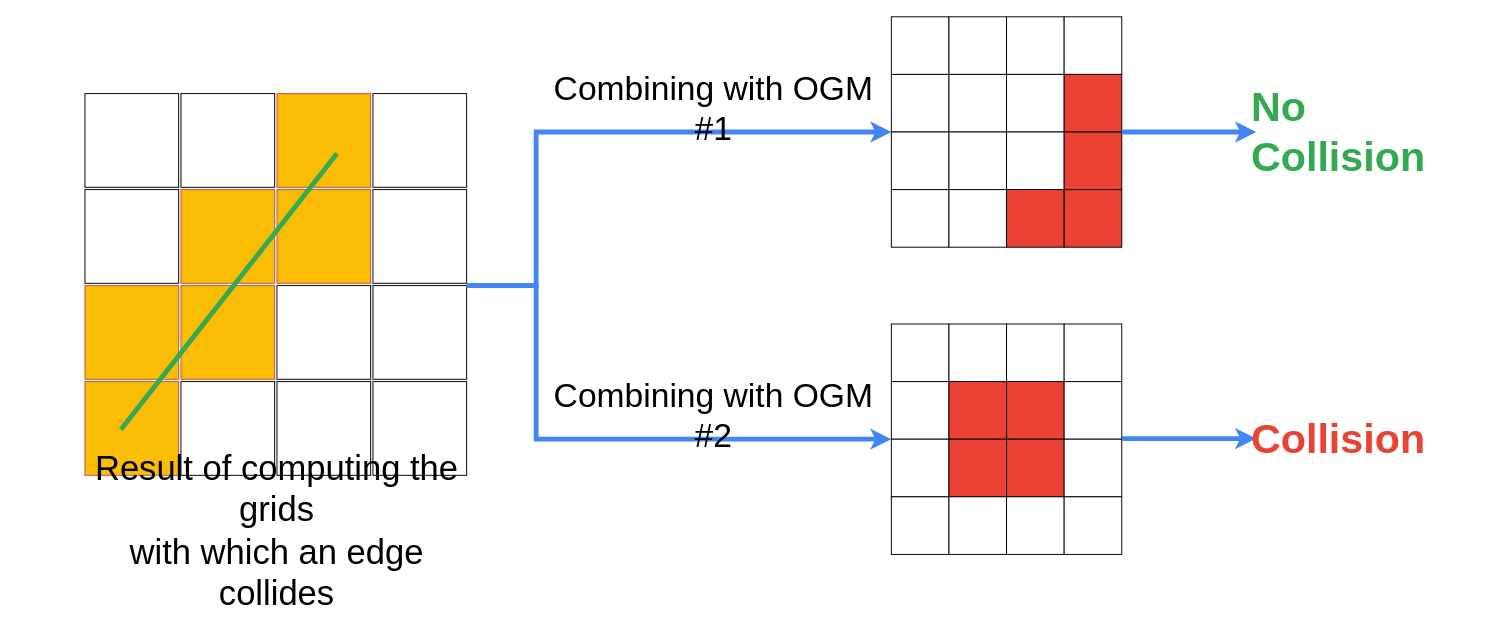
Before: page "Page-5" (5 of 6) of Writeups/4_Report/chapters/chapter3/img/HoneyBee.drawio in AnthonyKenny98/Thesis, a draw.io diagram. Source tidied: cells renumbered, new cells numbered last; positions are measured from the earlier drawing's top-left corner, leaving out a move shared by most shapes. Both pictures are drawn from the tidied source at 96%, with x=0, y=0 at pixel (17, 16).
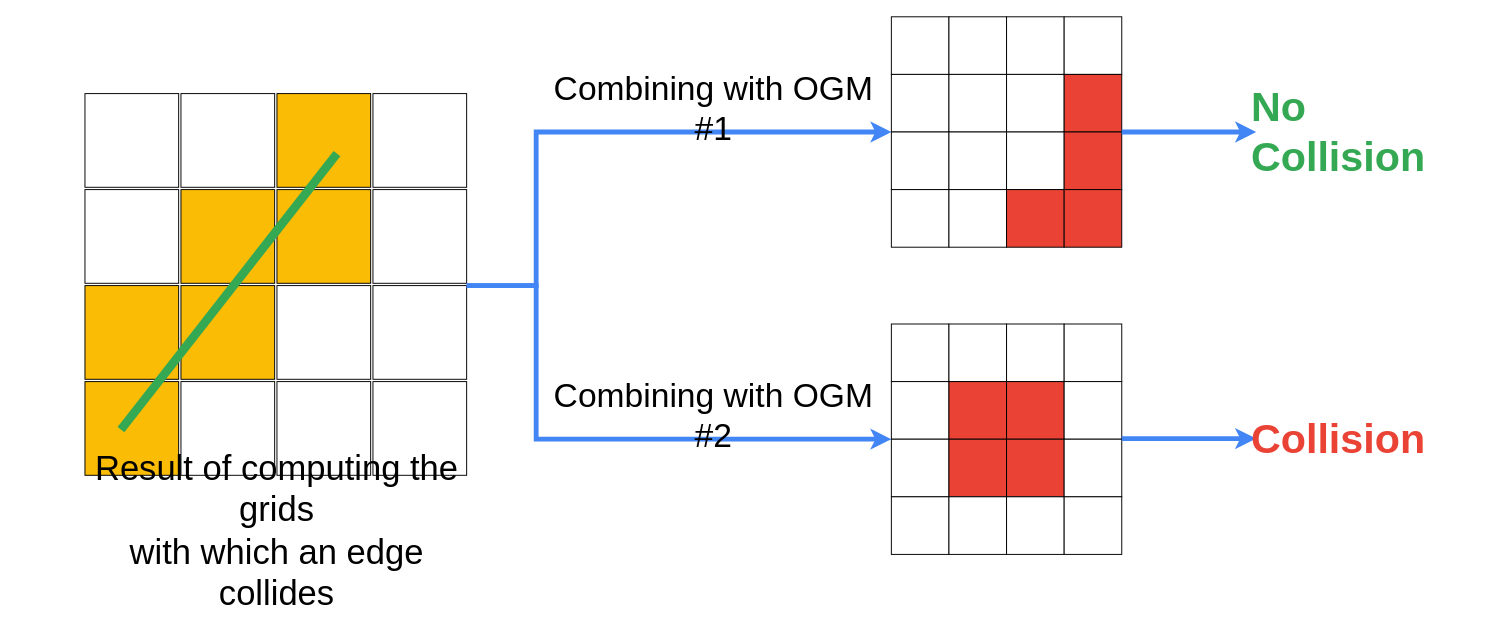
The same diagram, later.

Unchanged cells that the change refers to:
```xml
<mxCell id="21" style="group;fontFamily=Computer Modern;" parent="1" vertex="1">
  <mxGeometry x="70" y="80" width="400" height="400" as="geometry" />
</mxCell>
```

The edit, as a diff of the source:
```diff
@@
-    <mxCell id="25" style="whiteSpace=wrap;html=1;fillColor=#FBBC05;strokeColor=#b85450;fontFamily=Computer Modern;" parent="21" vertex="1">
+    <mxCell id="25" style="whiteSpace=wrap;html=1;fillColor=#FBBC05;strokeColor=#000000;fontFamily=Computer Modern;" parent="21" vertex="1">
       <mxGeometry x="100" y="100" width="97.6" height="97.6" as="geometry" />
     </mxCell>
-    <mxCell id="26" style="whiteSpace=wrap;html=1;fillColor=#FBBC05;strokeColor=#b85450;fontFamily=Computer Modern;" parent="21" vertex="1">
+    <mxCell id="26" style="whiteSpace=wrap;html=1;fillColor=#FBBC05;strokeColor=#000000;fontFamily=Computer Modern;" parent="21" vertex="1">
       <mxGeometry x="200" width="97.6" height="97.6" as="geometry" />
     </mxCell>
-    <mxCell id="27" style="whiteSpace=wrap;html=1;fillColor=#FBBC05;strokeColor=#b85450;fontFamily=Computer Modern;" parent="21" vertex="1">
+    <mxCell id="27" style="whiteSpace=wrap;html=1;fillColor=#FBBC05;strokeColor=#000000;fontFamily=Computer Modern;" parent="21" vertex="1">
       <mxGeometry x="200" y="100" width="97.6" height="97.6" as="geometry" />
     </mxCell>
@@
-    <mxCell id="30" style="whiteSpace=wrap;html=1;fillColor=#FBBC05;strokeColor=#b85450;fontFamily=Computer Modern;" parent="21" vertex="1">
+    <mxCell id="30" style="whiteSpace=wrap;html=1;fillColor=#FBBC05;strokeColor=#000000;fontFamily=Computer Modern;" parent="21" vertex="1">
       <mxGeometry y="200" width="97.6" height="97.6" as="geometry" />
     </mxCell>
-    <mxCell id="31" style="whiteSpace=wrap;html=1;fillColor=#FBBC05;strokeColor=#b85450;fontFamily=Computer Modern;" parent="21" vertex="1">
+    <mxCell id="31" style="whiteSpace=wrap;html=1;fillColor=#FBBC05;strokeColor=#000000;fontFamily=Computer Modern;" parent="21" vertex="1">
       <mxGeometry y="300" width="97.6" height="97.6" as="geometry" />
     </mxCell>
-    <mxCell id="32" style="whiteSpace=wrap;html=1;fillColor=#FBBC05;strokeColor=#b85450;fontFamily=Computer Modern;" parent="21" vertex="1">
+    <mxCell id="32" style="whiteSpace=wrap;html=1;fillColor=#FBBC05;strokeColor=#000000;fontFamily=Computer Modern;" parent="21" vertex="1">
       <mxGeometry x="100" y="200" width="97.6" height="97.6" as="geometry" />
     </mxCell>
@@
-    <mxCell id="38" style="endArrow=none;html=1;strokeColor=#34A853;strokeWidth=5;entryX=0.625;entryY=0.625;entryDx=0;entryDy=0;entryPerimeter=0;fontFamily=Computer Modern;" parent="21" edge="1">
+    <mxCell id="38" style="endArrow=none;html=1;strokeColor=#34A853;strokeWidth=9;entryX=0.625;entryY=0.625;entryDx=0;entryDy=0;entryPerimeter=0;fontFamily=Computer Modern;" parent="21" edge="1">
       <mxGeometry relative="1" as="geometry">
         <mxPoint x="37.5" y="350" as="sourcePoint" />
         <mxPoint x="262.5" y="62.5" as="targetPoint" />
       </mxGeometry>
     </mxCell>
```
